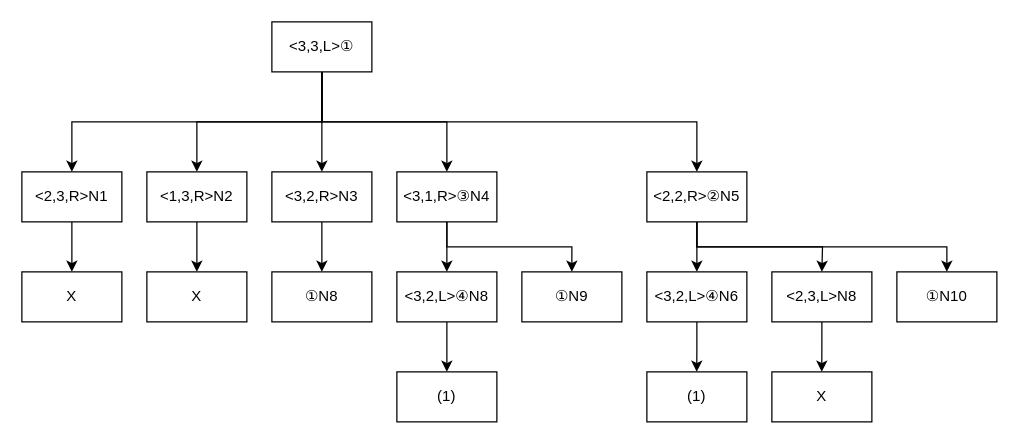
This is ninchiMCproblemTree.drawio from shgnaka/PokemonZA, a draw.io file, before an edit. Source tidied: cells renumbered, new cells numbered last; positions are measured from the earlier drawing's top-left corner, leaving out a move shared by most shapes. Both pictures are drawn from the tidied source at 125%, with x=0, y=0 at pixel (21, 21).
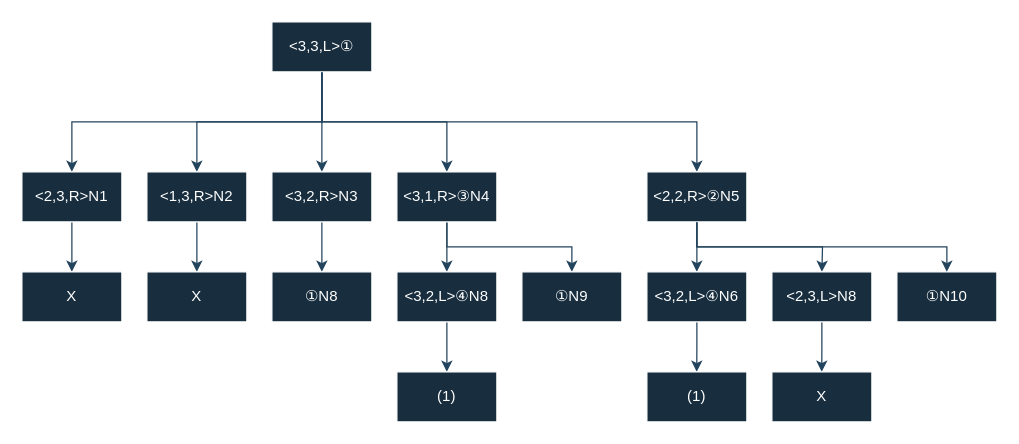
The same diagram, later.

Commit message:
change: 樹形図のスタイルを変更

The edit, as a diff of the source:
```diff
@@
-    <mxCell id="2" style="edgeStyle=orthogonalEdgeStyle;rounded=0;jettySize=auto;html=1;exitX=0.5;exitY=1;exitDx=0;exitDy=0;entryX=0.5;entryY=0;entryDx=0;entryDy=0;" parent="1" edge="1" source="6" target="19">
+    <mxCell id="2" style="edgeStyle=orthogonalEdgeStyle;rounded=0;jettySize=auto;html=1;exitX=0.5;exitY=1;exitDx=0;exitDy=0;entryX=0.5;entryY=0;entryDx=0;entryDy=0;labelBackgroundColor=none;strokeColor=#23445D;fontColor=default;" parent="1" edge="1" source="6" target="19">
       <mxGeometry relative="1" as="geometry">
         <Array as="points">
           <mxPoint x="240" y="80" />
           <mxPoint x="540" y="80" />
         </Array>
       </mxGeometry>
     </mxCell>
-    <mxCell id="3" style="edgeStyle=orthogonalEdgeStyle;rounded=0;jettySize=auto;html=1;exitX=0.5;exitY=1;exitDx=0;exitDy=0;entryX=0.5;entryY=0;entryDx=0;entryDy=0;" parent="1" edge="1" source="6" target="11">
+    <mxCell id="3" style="edgeStyle=orthogonalEdgeStyle;rounded=0;jettySize=auto;html=1;exitX=0.5;exitY=1;exitDx=0;exitDy=0;entryX=0.5;entryY=0;entryDx=0;entryDy=0;labelBackgroundColor=none;strokeColor=#23445D;fontColor=default;" parent="1" edge="1" source="6" target="11">
       <mxGeometry relative="1" as="geometry">
         <Array as="points">
           <mxPoint x="240" y="80" />
           <mxPoint x="140" y="80" />
         </Array>
       </mxGeometry>
     </mxCell>
-    <mxCell id="4" style="edgeStyle=orthogonalEdgeStyle;rounded=0;jettySize=auto;html=1;exitX=0.5;exitY=1;exitDx=0;exitDy=0;entryX=0.5;entryY=0;entryDx=0;entryDy=0;" parent="1" edge="1" source="6" target="16">
+    <mxCell id="4" style="edgeStyle=orthogonalEdgeStyle;rounded=0;jettySize=auto;html=1;exitX=0.5;exitY=1;exitDx=0;exitDy=0;entryX=0.5;entryY=0;entryDx=0;entryDy=0;labelBackgroundColor=none;strokeColor=#23445D;fontColor=default;" parent="1" edge="1" source="6" target="16">
       <mxGeometry relative="1" as="geometry" />
     </mxCell>
-    <mxCell id="5" style="edgeStyle=orthogonalEdgeStyle;rounded=0;jettySize=auto;html=1;exitX=0.5;exitY=1;exitDx=0;exitDy=0;entryX=0.5;entryY=0;entryDx=0;entryDy=0;" parent="1" edge="1" source="6" target="9">
+    <mxCell id="5" style="edgeStyle=orthogonalEdgeStyle;rounded=0;jettySize=auto;html=1;exitX=0.5;exitY=1;exitDx=0;exitDy=0;entryX=0.5;entryY=0;entryDx=0;entryDy=0;labelBackgroundColor=none;strokeColor=#23445D;fontColor=default;" parent="1" edge="1" source="6" target="9">
       <mxGeometry relative="1" as="geometry" />
     </mxCell>
-    <mxCell id="6" value="&amp;lt;3,3,L&amp;gt;①" style="rounded=0;whiteSpace=wrap;html=1;" parent="1" vertex="1">
+    <mxCell id="6" value="&amp;lt;3,3,L&amp;gt;①" style="rounded=0;whiteSpace=wrap;html=1;labelBackgroundColor=none;fillColor=#182E3E;strokeColor=#FFFFFF;fontColor=#FFFFFF;" parent="1" vertex="1">
       <mxGeometry x="200" width="80" height="40" as="geometry" />
     </mxCell>
-    <mxCell id="7" style="endArrow=classic;html=1;rounded=0;exitX=0.5;exitY=1;exitDx=0;exitDy=0;" parent="1" edge="1" source="6">
+    <mxCell id="7" style="endArrow=classic;html=1;rounded=0;exitX=0.5;exitY=1;exitDx=0;exitDy=0;labelBackgroundColor=none;strokeColor=#23445D;fontColor=default;" parent="1" edge="1" source="6">
       <mxGeometry relative="1" as="geometry">
         <mxPoint x="240" y="120" as="targetPoint" />
       </mxGeometry>
     </mxCell>
-    <mxCell id="8" style="edgeStyle=orthogonalEdgeStyle;rounded=0;jettySize=auto;html=1;exitX=0.5;exitY=1;exitDx=0;exitDy=0;" parent="1" edge="1" source="9">
+    <mxCell id="8" style="edgeStyle=orthogonalEdgeStyle;rounded=0;jettySize=auto;html=1;exitX=0.5;exitY=1;exitDx=0;exitDy=0;labelBackgroundColor=none;strokeColor=#23445D;fontColor=default;" parent="1" edge="1" source="9">
       <mxGeometry relative="1" as="geometry">
         <mxPoint x="40" y="200" as="targetPoint" />
       </mxGeometry>
     </mxCell>
-    <mxCell id="9" value="&amp;lt;2,3,R&amp;gt;N1" style="whiteSpace=wrap;html=1;" parent="1" vertex="1">
+    <mxCell id="9" value="&amp;lt;2,3,R&amp;gt;N1" style="whiteSpace=wrap;html=1;labelBackgroundColor=none;fillColor=#182E3E;strokeColor=#FFFFFF;fontColor=#FFFFFF;" parent="1" vertex="1">
       <mxGeometry y="120" width="80" height="40" as="geometry" />
     </mxCell>
-    <mxCell id="10" style="edgeStyle=orthogonalEdgeStyle;rounded=0;jettySize=auto;html=1;exitX=0.5;exitY=1;exitDx=0;exitDy=0;" parent="1" edge="1" source="11">
+    <mxCell id="10" style="edgeStyle=orthogonalEdgeStyle;rounded=0;jettySize=auto;html=1;exitX=0.5;exitY=1;exitDx=0;exitDy=0;labelBackgroundColor=none;strokeColor=#23445D;fontColor=default;" parent="1" edge="1" source="11">
       <mxGeometry relative="1" as="geometry">
         <mxPoint x="140" y="200" as="targetPoint" />
       </mxGeometry>
     </mxCell>
-    <mxCell id="11" value="&amp;lt;1,3,R&amp;gt;N2" style="whiteSpace=wrap;html=1;" parent="1" vertex="1">
+    <mxCell id="11" value="&amp;lt;1,3,R&amp;gt;N2" style="whiteSpace=wrap;html=1;labelBackgroundColor=none;fillColor=#182E3E;strokeColor=#FFFFFF;fontColor=#FFFFFF;" parent="1" vertex="1">
       <mxGeometry x="100" y="120" width="80" height="40" as="geometry" />
     </mxCell>
-    <mxCell id="12" style="edgeStyle=orthogonalEdgeStyle;rounded=0;jettySize=auto;html=1;" parent="1" edge="1" source="13">
+    <mxCell id="12" style="edgeStyle=orthogonalEdgeStyle;rounded=0;jettySize=auto;html=1;labelBackgroundColor=none;strokeColor=#23445D;fontColor=default;" parent="1" edge="1" source="13">
       <mxGeometry relative="1" as="geometry">
         <mxPoint x="240" y="200" as="targetPoint" />
       </mxGeometry>
     </mxCell>
-    <mxCell id="13" value="&amp;lt;3,2,R&amp;gt;N3" style="whiteSpace=wrap;html=1;" parent="1" vertex="1">
+    <mxCell id="13" value="&amp;lt;3,2,R&amp;gt;N3" style="whiteSpace=wrap;html=1;labelBackgroundColor=none;fillColor=#182E3E;strokeColor=#FFFFFF;fontColor=#FFFFFF;" parent="1" vertex="1">
       <mxGeometry x="200" y="120" width="80" height="40" as="geometry" />
     </mxCell>
-    <mxCell id="14" style="edgeStyle=orthogonalEdgeStyle;rounded=0;jettySize=auto;html=1;" parent="1" edge="1" source="16">
+    <mxCell id="14" style="edgeStyle=orthogonalEdgeStyle;rounded=0;jettySize=auto;html=1;labelBackgroundColor=none;strokeColor=#23445D;fontColor=default;" parent="1" edge="1" source="16">
       <mxGeometry relative="1" as="geometry">
         <mxPoint x="340" y="200" as="targetPoint" />
       </mxGeometry>
     </mxCell>
-    <mxCell id="15" style="edgeStyle=orthogonalEdgeStyle;rounded=0;jettySize=auto;html=1;exitX=0.5;exitY=1;exitDx=0;exitDy=0;entryX=0.5;entryY=0;entryDx=0;entryDy=0;" parent="1" edge="1" source="16" target="25">
+    <mxCell id="15" style="edgeStyle=orthogonalEdgeStyle;rounded=0;jettySize=auto;html=1;exitX=0.5;exitY=1;exitDx=0;exitDy=0;entryX=0.5;entryY=0;entryDx=0;entryDy=0;labelBackgroundColor=none;strokeColor=#23445D;fontColor=default;" parent="1" edge="1" source="16" target="25">
       <mxGeometry relative="1" as="geometry">
         <Array as="points">
           <mxPoint x="340" y="180" />
           <mxPoint x="440" y="180" />
         </Array>
       </mxGeometry>
     </mxCell>
-    <mxCell id="16" value="&amp;lt;3,1,R&amp;gt;③N4" style="whiteSpace=wrap;html=1;" parent="1" vertex="1">
+    <mxCell id="16" value="&amp;lt;3,1,R&amp;gt;③N4" style="whiteSpace=wrap;html=1;labelBackgroundColor=none;fillColor=#182E3E;strokeColor=#FFFFFF;fontColor=#FFFFFF;" parent="1" vertex="1">
       <mxGeometry x="300" y="120" width="80" height="40" as="geometry" />
     </mxCell>
-    <mxCell id="17" style="edgeStyle=orthogonalEdgeStyle;rounded=0;jettySize=auto;html=1;" parent="1" edge="1" source="19">
+    <mxCell id="17" style="edgeStyle=orthogonalEdgeStyle;rounded=0;jettySize=auto;html=1;labelBackgroundColor=none;strokeColor=#23445D;fontColor=default;" parent="1" edge="1" source="19">
       <mxGeometry relative="1" as="geometry">
         <mxPoint x="540" y="200" as="targetPoint" />
       </mxGeometry>
     </mxCell>
-    <mxCell id="18" style="edgeStyle=orthogonalEdgeStyle;rounded=0;jettySize=auto;html=1;exitX=0.5;exitY=1;exitDx=0;exitDy=0;" parent="1" edge="1" source="19">
+    <mxCell id="18" style="edgeStyle=orthogonalEdgeStyle;rounded=0;jettySize=auto;html=1;exitX=0.5;exitY=1;exitDx=0;exitDy=0;labelBackgroundColor=none;strokeColor=#23445D;fontColor=default;" parent="1" edge="1" source="19">
       <mxGeometry relative="1" as="geometry">
         <mxPoint x="640" y="200" as="targetPoint" />
       </mxGeometry>
     </mxCell>
-    <mxCell id="19" value="&amp;lt;2,2,R&amp;gt;②N5" style="whiteSpace=wrap;html=1;" parent="1" vertex="1">
+    <mxCell id="19" value="&amp;lt;2,2,R&amp;gt;②N5" style="whiteSpace=wrap;html=1;labelBackgroundColor=none;fillColor=#182E3E;strokeColor=#FFFFFF;fontColor=#FFFFFF;" parent="1" vertex="1">
       <mxGeometry x="500" y="120" width="80" height="40" as="geometry" />
     </mxCell>
-    <mxCell id="20" value="X" style="whiteSpace=wrap;html=1;" parent="1" vertex="1">
+    <mxCell id="20" value="X" style="whiteSpace=wrap;html=1;labelBackgroundColor=none;fillColor=#182E3E;strokeColor=#FFFFFF;fontColor=#FFFFFF;" parent="1" vertex="1">
       <mxGeometry y="200" width="80" height="40" as="geometry" />
     </mxCell>
-    <mxCell id="21" value="X" style="whiteSpace=wrap;html=1;" parent="1" vertex="1">
+    <mxCell id="21" value="X" style="whiteSpace=wrap;html=1;labelBackgroundColor=none;fillColor=#182E3E;strokeColor=#FFFFFF;fontColor=#FFFFFF;" parent="1" vertex="1">
       <mxGeometry x="100" y="200" width="80" height="40" as="geometry" />
     </mxCell>
-    <mxCell id="22" value="①N8" style="whiteSpace=wrap;html=1;" parent="1" vertex="1">
+    <mxCell id="22" value="①N8" style="whiteSpace=wrap;html=1;labelBackgroundColor=none;fillColor=#182E3E;strokeColor=#FFFFFF;fontColor=#FFFFFF;" parent="1" vertex="1">
       <mxGeometry x="200" y="200" width="80" height="40" as="geometry" />
     </mxCell>
-    <mxCell id="23" style="edgeStyle=orthogonalEdgeStyle;rounded=0;jettySize=auto;html=1;exitX=0.5;exitY=1;exitDx=0;exitDy=0;" parent="1" edge="1" source="24">
+    <mxCell id="23" style="edgeStyle=orthogonalEdgeStyle;rounded=0;jettySize=auto;html=1;exitX=0.5;exitY=1;exitDx=0;exitDy=0;labelBackgroundColor=none;strokeColor=#23445D;fontColor=default;" parent="1" edge="1" source="24">
       <mxGeometry relative="1" as="geometry">
         <mxPoint x="340" y="280" as="targetPoint" />
       </mxGeometry>
     </mxCell>
-    <mxCell id="24" value="&amp;lt;3,2,L&amp;gt;④N8" style="whiteSpace=wrap;html=1;" parent="1" vertex="1">
+    <mxCell id="24" value="&amp;lt;3,2,L&amp;gt;④N8" style="whiteSpace=wrap;html=1;labelBackgroundColor=none;fillColor=#182E3E;strokeColor=#FFFFFF;fontColor=#FFFFFF;" parent="1" vertex="1">
       <mxGeometry x="300" y="200" width="80" height="40" as="geometry" />
     </mxCell>
-    <mxCell id="25" value="①N9" style="whiteSpace=wrap;html=1;" parent="1" vertex="1">
+    <mxCell id="25" value="①N9" style="whiteSpace=wrap;html=1;labelBackgroundColor=none;fillColor=#182E3E;strokeColor=#FFFFFF;fontColor=#FFFFFF;" parent="1" vertex="1">
       <mxGeometry x="400" y="200" width="80" height="40" as="geometry" />
     </mxCell>
-    <mxCell id="26" style="edgeStyle=orthogonalEdgeStyle;rounded=0;jettySize=auto;html=1;exitX=0.5;exitY=1;exitDx=0;exitDy=0;" parent="1" edge="1" source="27">
+    <mxCell id="26" style="edgeStyle=orthogonalEdgeStyle;rounded=0;jettySize=auto;html=1;exitX=0.5;exitY=1;exitDx=0;exitDy=0;labelBackgroundColor=none;strokeColor=#23445D;fontColor=default;" parent="1" edge="1" source="27">
       <mxGeometry relative="1" as="geometry">
         <mxPoint x="539.9" y="280" as="targetPoint" />
       </mxGeometry>
     </mxCell>
-    <mxCell id="27" value="&amp;lt;3,2,L&amp;gt;④N6" style="whiteSpace=wrap;html=1;" parent="1" vertex="1">
+    <mxCell id="27" value="&amp;lt;3,2,L&amp;gt;④N6" style="whiteSpace=wrap;html=1;labelBackgroundColor=none;fillColor=#182E3E;strokeColor=#FFFFFF;fontColor=#FFFFFF;" parent="1" vertex="1">
       <mxGeometry x="500" y="200" width="80" height="40" as="geometry" />
     </mxCell>
-    <mxCell id="28" style="edgeStyle=orthogonalEdgeStyle;rounded=0;jettySize=auto;html=1;exitX=0.5;exitY=1;exitDx=0;exitDy=0;" parent="1" edge="1" source="29">
+    <mxCell id="28" style="edgeStyle=orthogonalEdgeStyle;rounded=0;jettySize=auto;html=1;exitX=0.5;exitY=1;exitDx=0;exitDy=0;labelBackgroundColor=none;strokeColor=#23445D;fontColor=default;" parent="1" edge="1" source="29">
       <mxGeometry relative="1" as="geometry">
         <mxPoint x="639.9" y="280" as="targetPoint" />
       </mxGeometry>
     </mxCell>
-    <mxCell id="29" value="&amp;lt;2,3,L&amp;gt;N8" style="whiteSpace=wrap;html=1;" parent="1" vertex="1">
+    <mxCell id="29" value="&amp;lt;2,3,L&amp;gt;N8" style="whiteSpace=wrap;html=1;labelBackgroundColor=none;fillColor=#182E3E;strokeColor=#FFFFFF;fontColor=#FFFFFF;" parent="1" vertex="1">
       <mxGeometry x="600" y="200" width="80" height="40" as="geometry" />
     </mxCell>
-    <mxCell id="30" value="①N10" style="whiteSpace=wrap;html=1;" parent="1" vertex="1">
+    <mxCell id="30" value="①N10" style="whiteSpace=wrap;html=1;labelBackgroundColor=none;fillColor=#182E3E;strokeColor=#FFFFFF;fontColor=#FFFFFF;" parent="1" vertex="1">
       <mxGeometry x="700" y="200" width="80" height="40" as="geometry" />
     </mxCell>
-    <mxCell id="31" style="edgeStyle=orthogonalEdgeStyle;rounded=0;jettySize=auto;html=1;exitX=0.5;exitY=1;exitDx=0;exitDy=0;entryX=0.5;entryY=0;entryDx=0;entryDy=0;" parent="1" edge="1" source="19" target="30">
+    <mxCell id="31" style="edgeStyle=orthogonalEdgeStyle;rounded=0;jettySize=auto;html=1;exitX=0.5;exitY=1;exitDx=0;exitDy=0;entryX=0.5;entryY=0;entryDx=0;entryDy=0;labelBackgroundColor=none;strokeColor=#23445D;fontColor=default;" parent="1" edge="1" source="19" target="30">
       <mxGeometry relative="1" as="geometry" />
     </mxCell>
-    <mxCell id="32" value="X" style="whiteSpace=wrap;html=1;" parent="1" vertex="1">
+    <mxCell id="32" value="X" style="whiteSpace=wrap;html=1;labelBackgroundColor=none;fillColor=#182E3E;strokeColor=#FFFFFF;fontColor=#FFFFFF;" parent="1" vertex="1">
       <mxGeometry x="600" y="280" width="80" height="40" as="geometry" />
     </mxCell>
-    <mxCell id="33" value="(1)" style="whiteSpace=wrap;html=1;" parent="1" vertex="1">
+    <mxCell id="33" value="(1)" style="whiteSpace=wrap;html=1;labelBackgroundColor=none;fillColor=#182E3E;strokeColor=#FFFFFF;fontColor=#FFFFFF;" parent="1" vertex="1">
       <mxGeometry x="300" y="280" width="80" height="40" as="geometry" />
     </mxCell>
-    <mxCell id="34" value="(1)" style="whiteSpace=wrap;html=1;" parent="1" vertex="1">
+    <mxCell id="34" value="(1)" style="whiteSpace=wrap;html=1;labelBackgroundColor=none;fillColor=#182E3E;strokeColor=#FFFFFF;fontColor=#FFFFFF;" parent="1" vertex="1">
       <mxGeometry x="500" y="280" width="80" height="40" as="geometry" />
     </mxCell>
```
